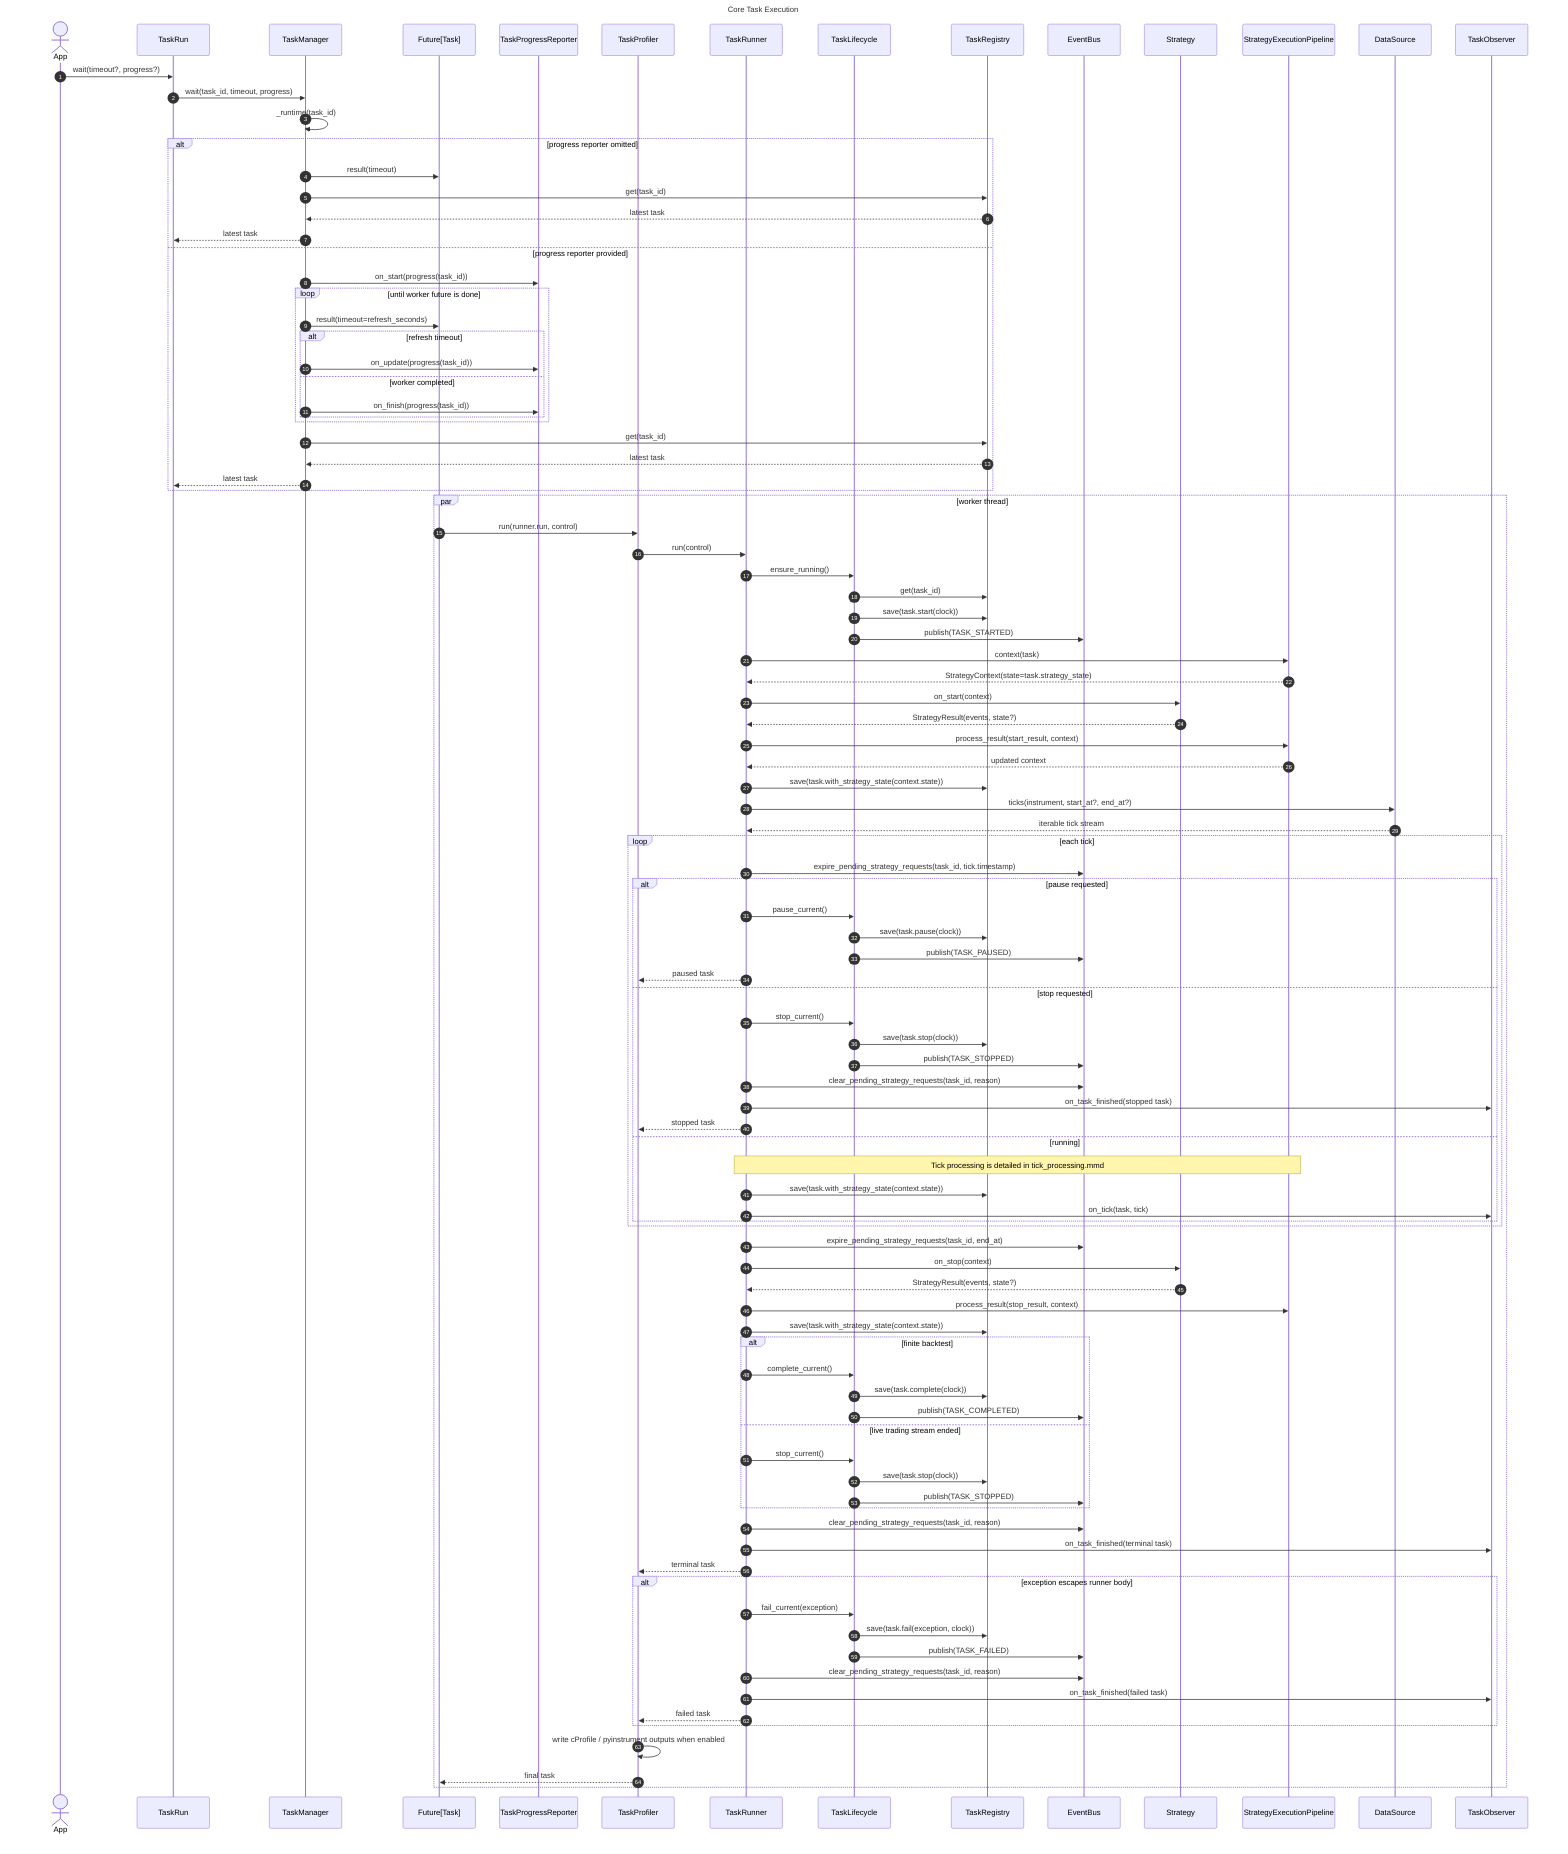
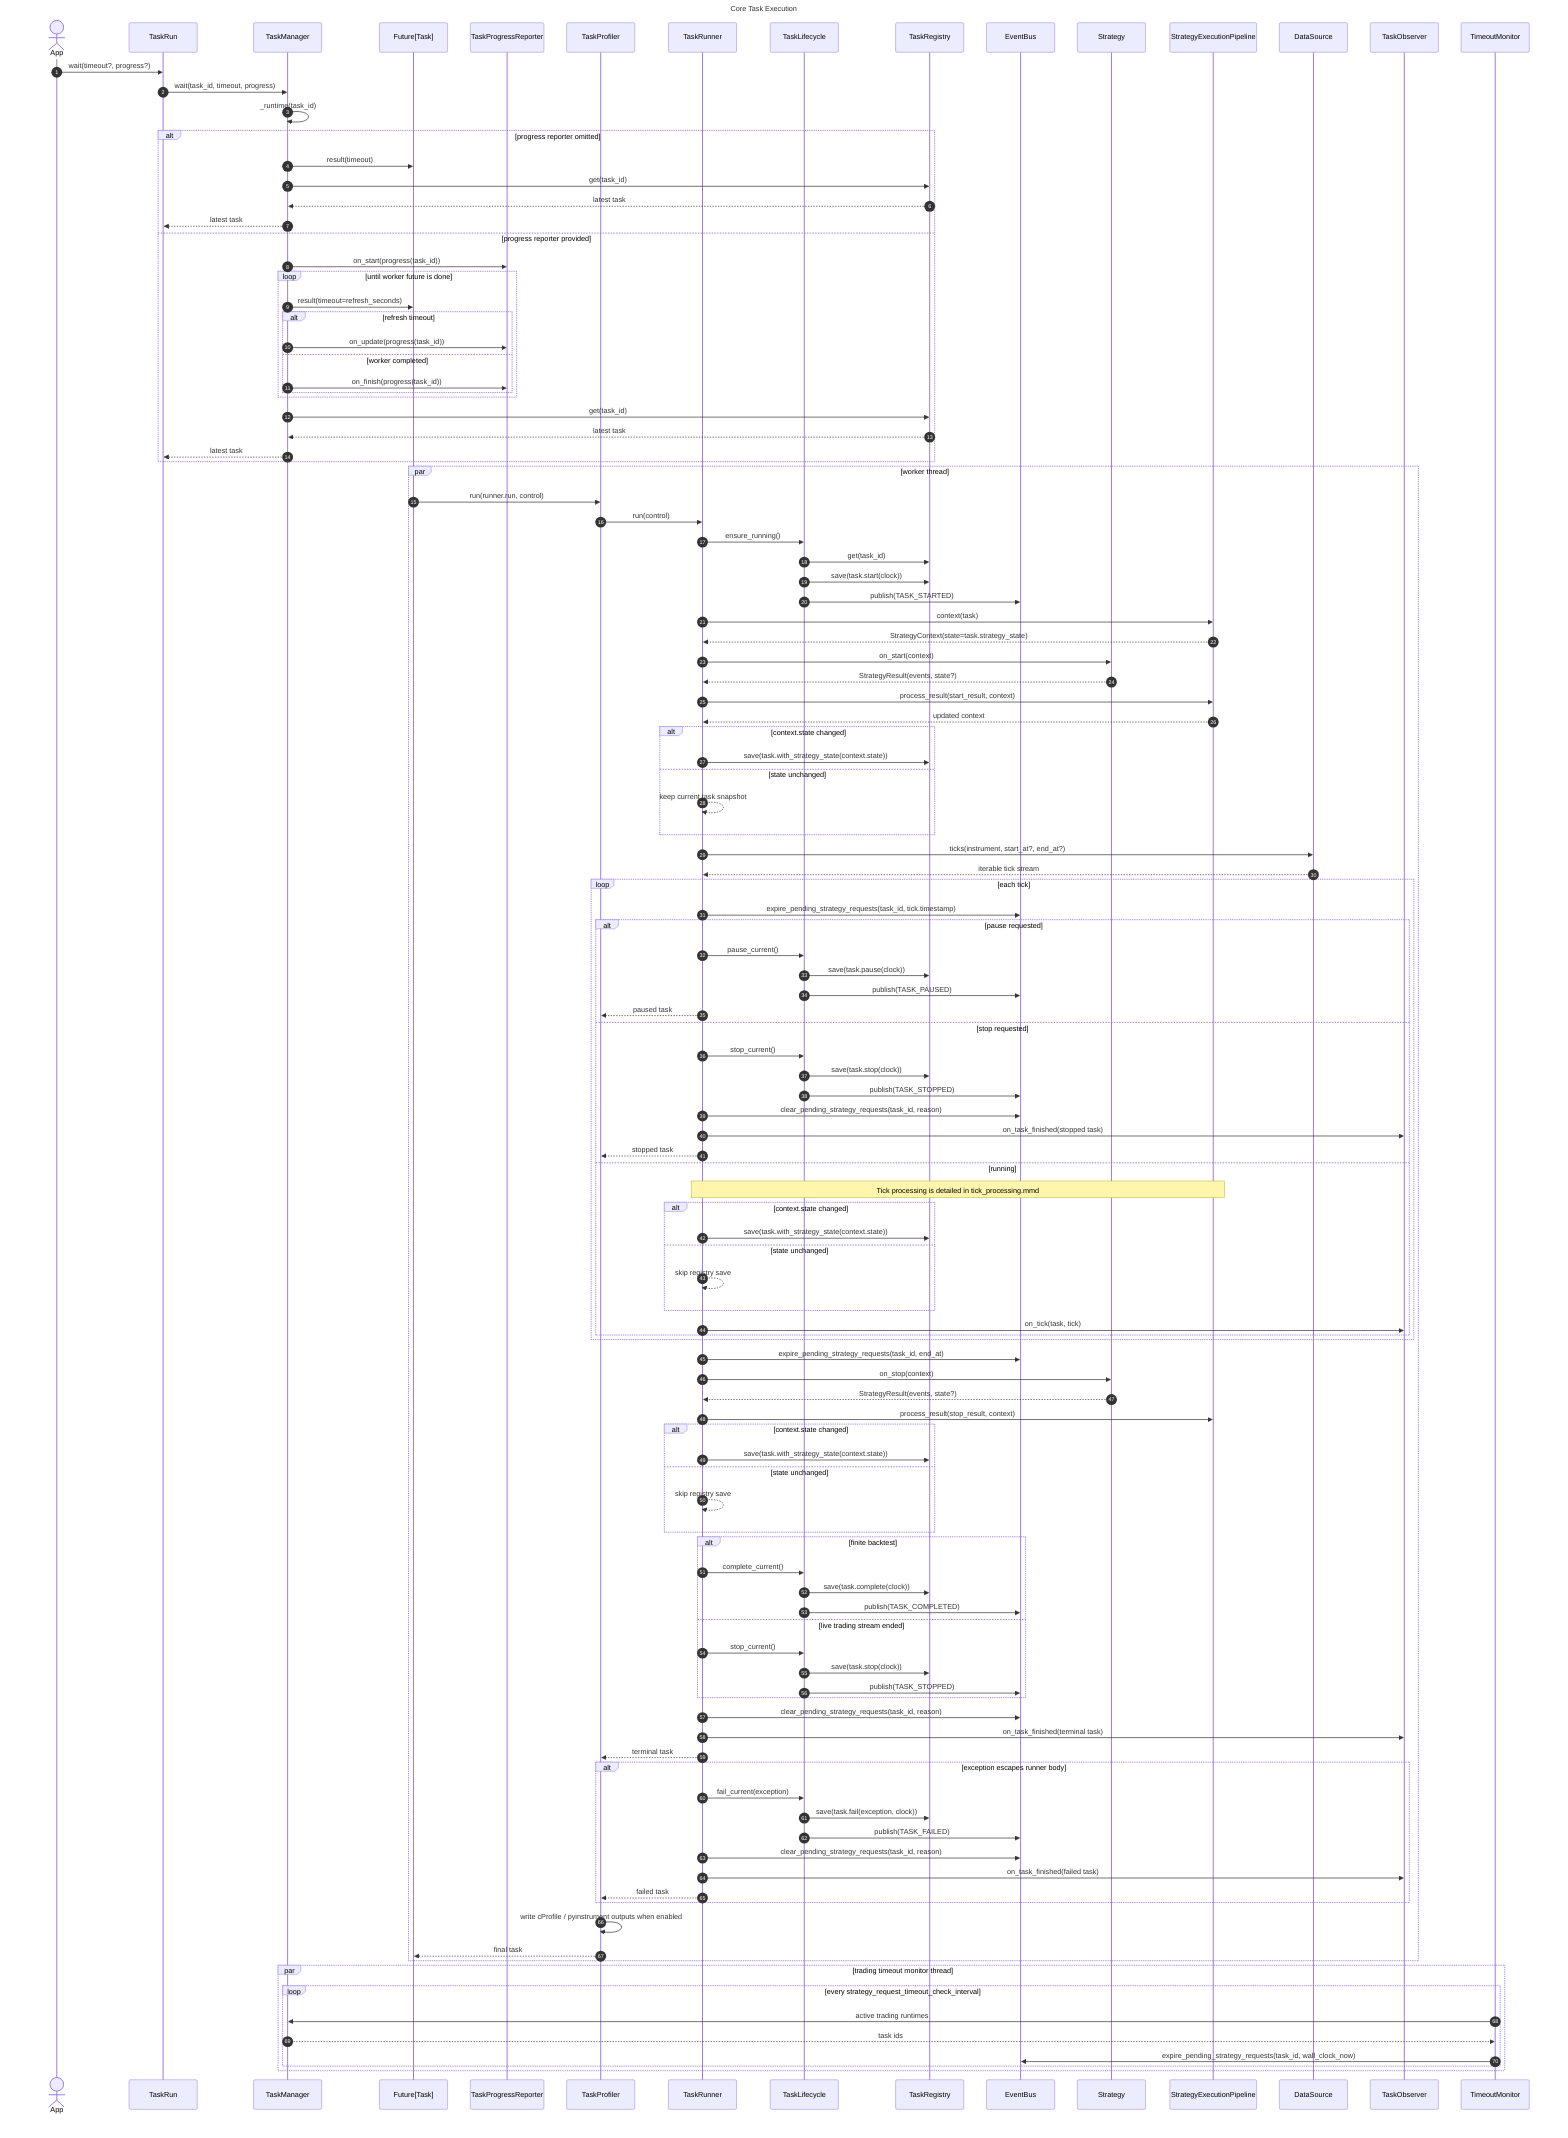
sequenceDiagram
    title Core Task Execution
    autonumber

    actor App
    participant Run as TaskRun
    participant Manager as TaskManager
    participant Future as Future[Task]
    participant Progress as TaskProgressReporter
    participant Profiler as TaskProfiler
    participant Runner as TaskRunner
    participant Lifecycle as TaskLifecycle
    participant Registry as TaskRegistry
    participant Bus as EventBus
    participant Strategy as Strategy
    participant Pipeline as StrategyExecutionPipeline
    participant Source as DataSource
    participant Observer as TaskObserver
+     participant Monitor as TimeoutMonitor

    App->>Run: wait(timeout?, progress?)
    Run->>Manager: wait(task_id, timeout, progress)
    Manager->>Manager: _runtime(task_id)

    alt progress reporter omitted
        Manager->>Future: result(timeout)
        Manager->>Registry: get(task_id)
        Registry-->>Manager: latest task
        Manager-->>Run: latest task
    else progress reporter provided
        Manager->>Progress: on_start(progress(task_id))
        loop until worker future is done
            Manager->>Future: result(timeout=refresh_seconds)
            alt refresh timeout
                Manager->>Progress: on_update(progress(task_id))
            else worker completed
                Manager->>Progress: on_finish(progress(task_id))
            end
        end
        Manager->>Registry: get(task_id)
        Registry-->>Manager: latest task
        Manager-->>Run: latest task
    end

    par worker thread
        Future->>Profiler: run(runner.run, control)
        Profiler->>Runner: run(control)
        Runner->>Lifecycle: ensure_running()
        Lifecycle->>Registry: get(task_id)
        Lifecycle->>Registry: save(task.start(clock))
        Lifecycle->>Bus: publish(TASK_STARTED)

        Runner->>Pipeline: context(task)
        Pipeline-->>Runner: StrategyContext(state=task.strategy_state)
        Runner->>Strategy: on_start(context)
        Strategy-->>Runner: StrategyResult(events, state?)
        Runner->>Pipeline: process_result(start_result, context)
        Pipeline-->>Runner: updated context
-         Runner->>Registry: save(task.with_strategy_state(context.state))
+         alt context.state changed
+             Runner->>Registry: save(task.with_strategy_state(context.state))
+         else state unchanged
+             Runner-->>Runner: keep current task snapshot
+         end

        Runner->>Source: ticks(instrument, start_at?, end_at?)
        Source-->>Runner: iterable tick stream

        loop each tick
            Runner->>Bus: expire_pending_strategy_requests(task_id, tick.timestamp)
            alt pause requested
                Runner->>Lifecycle: pause_current()
                Lifecycle->>Registry: save(task.pause(clock))
                Lifecycle->>Bus: publish(TASK_PAUSED)
                Runner-->>Profiler: paused task
            else stop requested
                Runner->>Lifecycle: stop_current()
                Lifecycle->>Registry: save(task.stop(clock))
                Lifecycle->>Bus: publish(TASK_STOPPED)
                Runner->>Bus: clear_pending_strategy_requests(task_id, reason)
                Runner->>Observer: on_task_finished(stopped task)
                Runner-->>Profiler: stopped task
            else running
                Note over Runner,Pipeline: Tick processing is detailed in tick_processing.mmd
-                 Runner->>Registry: save(task.with_strategy_state(context.state))
+                 alt context.state changed
+                     Runner->>Registry: save(task.with_strategy_state(context.state))
+                 else state unchanged
+                     Runner-->>Runner: skip registry save
+                 end
                Runner->>Observer: on_tick(task, tick)
            end
        end

        Runner->>Bus: expire_pending_strategy_requests(task_id, end_at)
        Runner->>Strategy: on_stop(context)
        Strategy-->>Runner: StrategyResult(events, state?)
        Runner->>Pipeline: process_result(stop_result, context)
-         Runner->>Registry: save(task.with_strategy_state(context.state))
+         alt context.state changed
+             Runner->>Registry: save(task.with_strategy_state(context.state))
+         else state unchanged
+             Runner-->>Runner: skip registry save
+         end
        alt finite backtest
            Runner->>Lifecycle: complete_current()
            Lifecycle->>Registry: save(task.complete(clock))
            Lifecycle->>Bus: publish(TASK_COMPLETED)
        else live trading stream ended
            Runner->>Lifecycle: stop_current()
            Lifecycle->>Registry: save(task.stop(clock))
            Lifecycle->>Bus: publish(TASK_STOPPED)
        end
        Runner->>Bus: clear_pending_strategy_requests(task_id, reason)
        Runner->>Observer: on_task_finished(terminal task)
        Runner-->>Profiler: terminal task

        alt exception escapes runner body
            Runner->>Lifecycle: fail_current(exception)
            Lifecycle->>Registry: save(task.fail(exception, clock))
            Lifecycle->>Bus: publish(TASK_FAILED)
            Runner->>Bus: clear_pending_strategy_requests(task_id, reason)
            Runner->>Observer: on_task_finished(failed task)
            Runner-->>Profiler: failed task
        end

        Profiler->>Profiler: write cProfile / pyinstrument outputs when enabled
        Profiler-->>Future: final task
    end
+ 
+     par trading timeout monitor thread
+         loop every strategy_request_timeout_check_interval
+             Monitor->>Manager: active trading runtimes
+             Manager-->>Monitor: task ids
+             Monitor->>Bus: expire_pending_strategy_requests(task_id, wall_clock_now)
+         end
+     end
